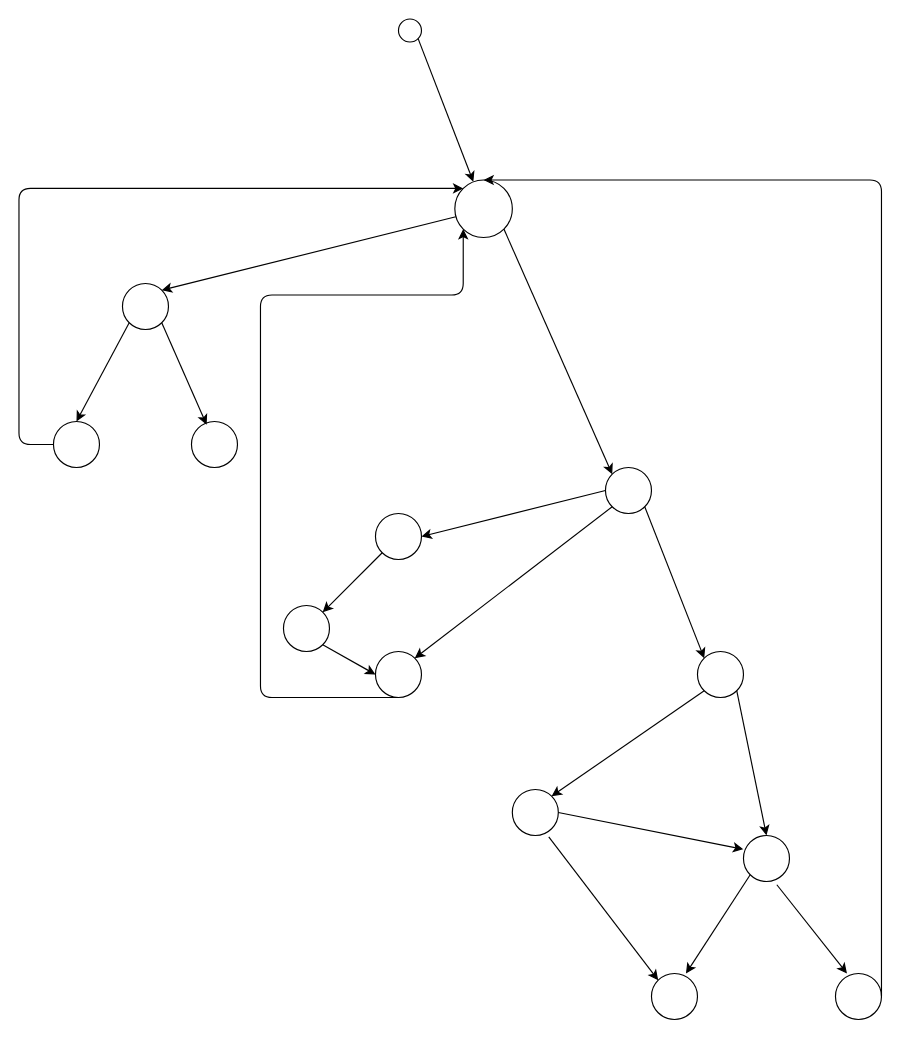
Above: page "Page-2" (2 of 2) of Uebung/uebung02/Uebun02_Aufgabe03.drawio in K1ntsugi/Software_Engineering_I (draw.io), before the change. Source tidied: cells renumbered, new cells numbered last; positions are measured from the earlier drawing's top-left corner, leaving out a move shared by most shapes. Both pictures are drawn from the tidied source at 115%, with x=0, y=0 at pixel (18, 18).
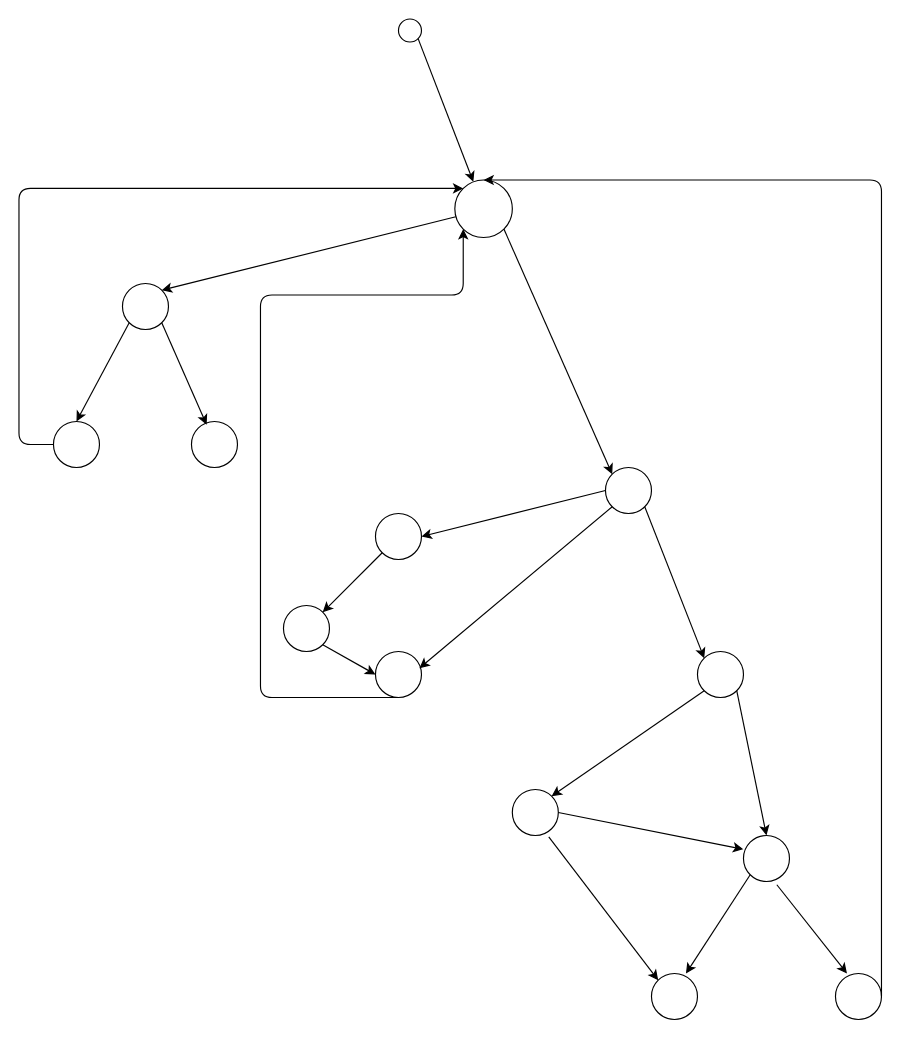
The same page after the edit.

Unchanged cells that the change refers to:
```xml
<mxCell id="12" style="ellipse;whiteSpace=wrap;html=1;" parent="1" vertex="1">
  <mxGeometry x="510" y="390" width="40" height="40" as="geometry" />
</mxCell>
<mxCell id="18" style="ellipse;whiteSpace=wrap;html=1;" parent="1" vertex="1">
  <mxGeometry x="310" y="550" width="40" height="40" as="geometry" />
</mxCell>
```

Change to the diagram source:
```diff
@@
-    <mxCell id="22" style="endArrow=classic;html=1;exitX=0;exitY=1;exitDx=0;exitDy=0;entryX=1;entryY=0;entryDx=0;entryDy=0;" parent="1" edge="1" source="12" target="18">
+    <mxCell id="22" style="endArrow=classic;html=1;exitX=0;exitY=1;exitDx=0;exitDy=0;entryX=0.955;entryY=0.365;entryDx=0;entryDy=0;entryPerimeter=0;" parent="1" edge="1" source="12" target="18">
       <mxGeometry relative="1" as="geometry" />
     </mxCell>
```
